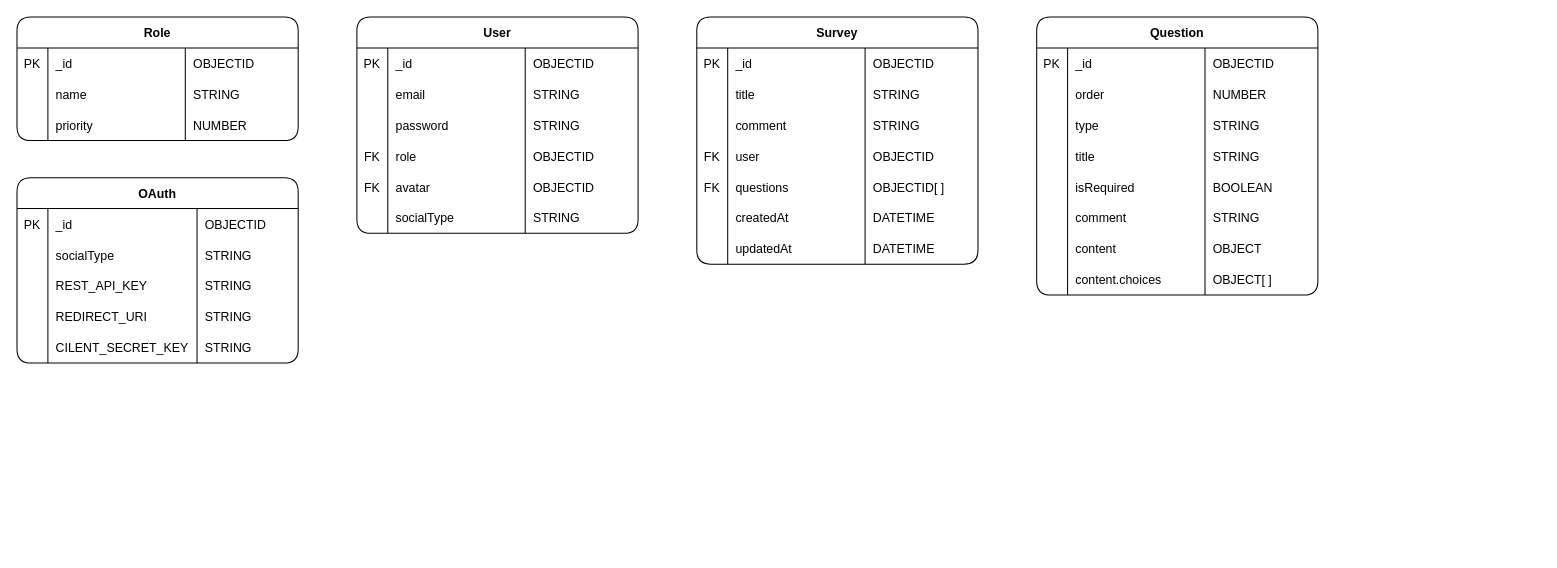
99-Yoon/Simple-Survey-Form keeps this draw.io diagram as docs/ERD.drawio. Above is the earlier version. Source tidied: cells renumbered, new cells numbered last; positions are measured from the earlier drawing's top-left corner, leaving out a move shared by most shapes. Both pictures are drawn from the tidied source at 103%, with x=0, y=0 at pixel (16, 16).
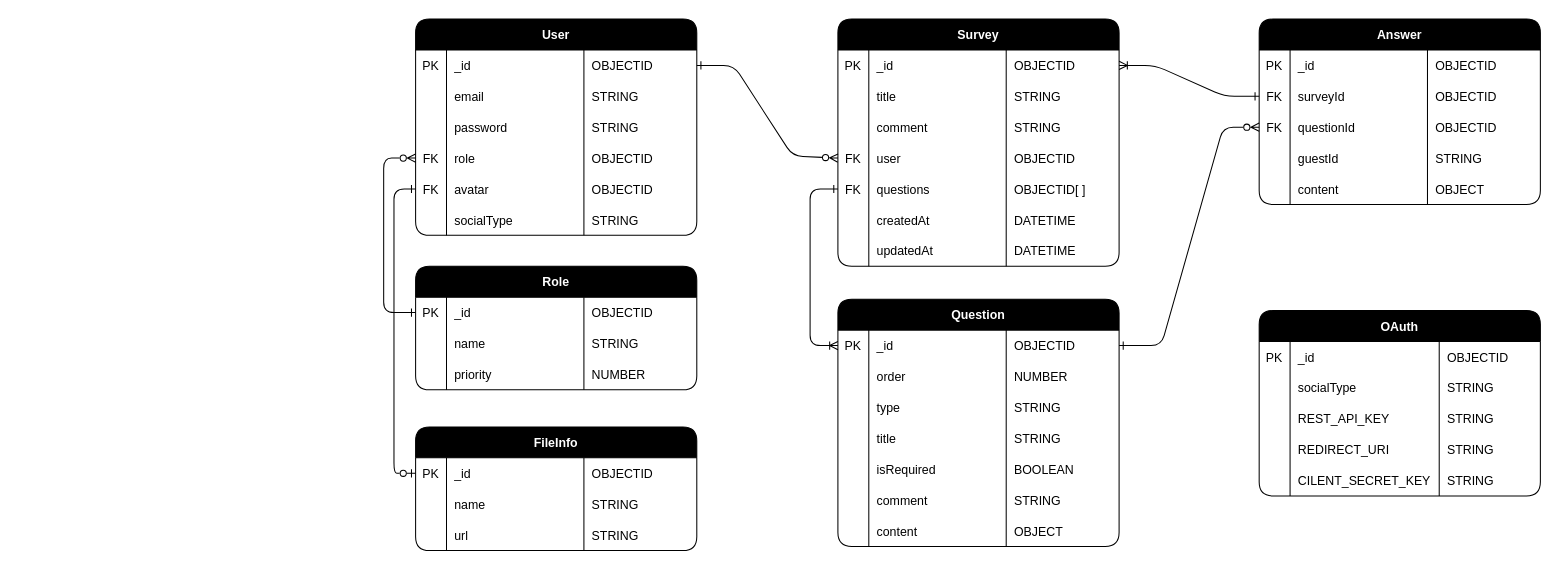
The same diagram, later.

The change refers to these unchanged cells:
```xml
<mxCell id="3" style="shape=tableRow;horizontal=0;startSize=0;swimlaneHead=0;swimlaneBody=0;fillColor=none;points=[[0,0.5],[1,0.5]];portConstraint=eastwest;top=0;left=0;right=0;bottom=0;" parent="2" vertex="1">
  <mxGeometry y="30" width="273" height="30" as="geometry" />
</mxCell>
<mxCell id="16" style="shape=tableRow;horizontal=0;startSize=0;swimlaneHead=0;swimlaneBody=0;fillColor=none;points=[[0,0.5],[1,0.5]];portConstraint=eastwest;top=0;left=0;right=0;bottom=0;" parent="15" vertex="1">
  <mxGeometry y="30" width="273" height="30" as="geometry" />
</mxCell>
<mxCell id="28" style="shape=tableRow;horizontal=0;startSize=0;swimlaneHead=0;swimlaneBody=0;fillColor=none;points=[[0,0.5],[1,0.5]];portConstraint=eastwest;top=0;left=0;right=0;bottom=0;" parent="15" vertex="1">
  <mxGeometry y="120" width="273" height="30" as="geometry" />
</mxCell>
<mxCell id="32" style="shape=tableRow;horizontal=0;startSize=0;swimlaneHead=0;swimlaneBody=0;fillColor=none;points=[[0,0.5],[1,0.5]];portConstraint=eastwest;top=0;left=0;right=0;bottom=0;" parent="15" vertex="1">
  <mxGeometry y="150" width="273" height="30" as="geometry" />
</mxCell>
<mxCell id="41" style="shape=tableRow;horizontal=0;startSize=0;swimlaneHead=0;swimlaneBody=0;fillColor=none;points=[[0,0.5],[1,0.5]];portConstraint=eastwest;top=0;left=0;right=0;bottom=0;" parent="40" vertex="1">
  <mxGeometry y="30" width="273" height="30" as="geometry" />
</mxCell>
<mxCell id="53" style="shape=tableRow;horizontal=0;startSize=0;swimlaneHead=0;swimlaneBody=0;fillColor=none;points=[[0,0.5],[1,0.5]];portConstraint=eastwest;top=0;left=0;right=0;bottom=0;" parent="40" vertex="1">
  <mxGeometry y="120" width="273" height="30" as="geometry" />
</mxCell>
<mxCell id="57" style="shape=tableRow;horizontal=0;startSize=0;swimlaneHead=0;swimlaneBody=0;fillColor=none;points=[[0,0.5],[1,0.5]];portConstraint=eastwest;top=0;left=0;right=0;bottom=0;" parent="40" vertex="1">
  <mxGeometry y="150" width="273" height="30" as="geometry" />
</mxCell>
<mxCell id="70" style="shape=tableRow;horizontal=0;startSize=0;swimlaneHead=0;swimlaneBody=0;fillColor=none;points=[[0,0.5],[1,0.5]];portConstraint=eastwest;top=0;left=0;right=0;bottom=0;" parent="69" vertex="1">
  <mxGeometry y="30" width="273" height="30" as="geometry" />
</mxCell>
```

What changed in the source:
```diff
@@
-    <mxCell id="2" value="Role" style="shape=table;startSize=30;childLayout=tableLayout;rowLines=0;fontStyle=1;align=center;strokeColor=#000000;rounded=1;" parent="1" vertex="1">
-      <mxGeometry width="273" height="120" as="geometry" />
+    <mxCell id="2" value="Role" style="shape=table;startSize=30;childLayout=tableLayout;rowLines=0;fontStyle=1;align=center;strokeColor=#000000;rounded=1;fillColor=#000000;fontColor=#FFFFFF;" parent="1" vertex="1">
+      <mxGeometry x="387" y="242" width="273" height="120" as="geometry" />
     </mxCell>
@@
-    <mxCell id="15" value="User" style="shape=table;startSize=30;childLayout=tableLayout;rowLines=0;fontStyle=1;align=center;strokeColor=#000000;rounded=1;" parent="1" vertex="1">
-      <mxGeometry x="330" width="273" height="210" as="geometry" />
+    <mxCell id="15" value="User" style="shape=table;startSize=30;childLayout=tableLayout;rowLines=0;fontStyle=1;align=center;strokeColor=#000000;rounded=1;fillColor=#000000;fillStyle=auto;labelBackgroundColor=none;fontColor=#FFFFFF;" parent="1" vertex="1">
+      <mxGeometry x="387" y="2" width="273" height="210" as="geometry" />
     </mxCell>
@@
-    <mxCell id="40" value="Survey" style="shape=table;startSize=30;childLayout=tableLayout;rowLines=0;fontStyle=1;align=center;strokeColor=#000000;rounded=1;" parent="1" vertex="1">
-      <mxGeometry x="660" width="273" height="240" as="geometry" />
+    <mxCell id="40" value="Survey" style="shape=table;startSize=30;childLayout=tableLayout;rowLines=0;fontStyle=1;align=center;strokeColor=#000000;rounded=1;fillColor=#000000;fontColor=#FFFFFF;" parent="1" vertex="1">
+      <mxGeometry x="797" y="2" width="273" height="240" as="geometry" />
     </mxCell>
@@
-    <mxCell id="69" value="Question" style="shape=table;startSize=30;childLayout=tableLayout;rowLines=0;fontStyle=1;align=center;strokeColor=#000000;rounded=1;" parent="1" vertex="1">
-      <mxGeometry x="990" width="273" height="270" as="geometry" />
+    <mxCell id="69" value="Question" style="shape=table;startSize=30;childLayout=tableLayout;rowLines=0;fontStyle=1;align=center;strokeColor=#000000;rounded=1;fillColor=#000000;fontColor=#FFFFFF;" parent="1" vertex="1">
+      <mxGeometry x="797" y="274" width="273" height="240" as="geometry" />
     </mxCell>
@@
-    <mxCell id="98" style="shape=tableRow;horizontal=0;startSize=0;swimlaneHead=0;swimlaneBody=0;fillColor=none;top=0;left=0;right=0;bottom=0;" parent="69" vertex="1">
-      <mxGeometry y="240" width="273" height="30" as="geometry" />
-    </mxCell>
-    <mxCell id="99" style="shape=partialRectangle;fillColor=none;top=0;left=0;bottom=0;right=0;overflow=hidden;fontColor=#000000;" parent="98" vertex="1">
-      <mxGeometry width="30" height="30" as="geometry" />
-    </mxCell>
-    <mxCell id="100" value="content.choices" style="shape=partialRectangle;fillColor=none;top=0;left=0;bottom=0;right=0;align=left;spacingLeft=6;overflow=hidden;fontColor=#000000;" parent="98" vertex="1">
-      <mxGeometry x="30" width="133.4" height="30" as="geometry" />
-    </mxCell>
-    <mxCell id="101" value="OBJECT[ ]" style="shape=partialRectangle;fillColor=none;top=0;left=0;bottom=0;right=0;align=left;spacingLeft=6;overflow=hidden;fontColor=#000000;" parent="98" vertex="1">
-      <mxGeometry x="163.4" width="109.6" height="30" as="geometry" />
-    </mxCell>
-    <mxCell id="102" value="OAuth" style="shape=table;startSize=30;childLayout=tableLayout;rowLines=0;fontStyle=1;align=center;strokeColor=#000000;rounded=1;" parent="1" vertex="1">
-      <mxGeometry y="156" width="273" height="180" as="geometry" />
+    <mxCell id="102" value="OAuth" style="shape=table;startSize=30;childLayout=tableLayout;rowLines=0;fontStyle=1;align=center;strokeColor=#000000;rounded=1;fillColor=#000000;fontColor=#FFFFFF;" parent="1" vertex="1">
+      <mxGeometry x="1206" y="285" width="273" height="180" as="geometry" />
     </mxCell>
@@
+    <mxCell id="123" value="Answer" style="shape=table;startSize=30;childLayout=tableLayout;rowLines=0;fontStyle=1;align=center;strokeColor=#000000;rounded=1;fillColor=#000000;fontColor=#FFFFFF;" parent="1" vertex="1">
+      <mxGeometry x="1206" y="2" width="273" height="180" as="geometry" />
+    </mxCell>
+    <mxCell id="124" style="shape=tableRow;horizontal=0;startSize=0;swimlaneHead=0;swimlaneBody=0;fillColor=none;top=0;left=0;right=0;bottom=0;" parent="123" vertex="1">
+      <mxGeometry y="30" width="273" height="30" as="geometry" />
+    </mxCell>
+    <mxCell id="125" value="PK" style="shape=partialRectangle;fillColor=none;top=0;left=0;bottom=0;right=0;overflow=hidden;fontColor=#000000;" parent="124" vertex="1">
+      <mxGeometry width="30" height="30" as="geometry" />
+    </mxCell>
+    <mxCell id="126" value="_id" style="shape=partialRectangle;fillColor=none;top=0;left=0;bottom=0;right=0;align=left;spacingLeft=6;overflow=hidden;fontColor=#000000;" parent="124" vertex="1">
+      <mxGeometry x="30" width="133.4" height="30" as="geometry" />
+    </mxCell>
+    <mxCell id="127" value="OBJECTID" style="shape=partialRectangle;fillColor=none;top=0;left=0;bottom=0;right=0;align=left;spacingLeft=6;overflow=hidden;fontColor=#000000;" parent="124" vertex="1">
+      <mxGeometry x="163.4" width="109.6" height="30" as="geometry" />
+    </mxCell>
+    <mxCell id="128" style="shape=tableRow;horizontal=0;startSize=0;swimlaneHead=0;swimlaneBody=0;fillColor=none;points=[[0,0.5],[1,0.5]];portConstraint=eastwest;top=0;left=0;right=0;bottom=0;" parent="123" vertex="1">
+      <mxGeometry y="60" width="273" height="30" as="geometry" />
+    </mxCell>
+    <mxCell id="129" value="FK" style="shape=partialRectangle;fillColor=none;top=0;left=0;bottom=0;right=0;overflow=hidden;fontColor=#000000;" parent="128" vertex="1">
+      <mxGeometry width="30" height="30" as="geometry" />
+    </mxCell>
+    <mxCell id="130" value="surveyId" style="shape=partialRectangle;fillColor=none;top=0;left=0;bottom=0;right=0;align=left;spacingLeft=6;overflow=hidden;fontColor=#000000;" parent="128" vertex="1">
+      <mxGeometry x="30" width="133.4" height="30" as="geometry" />
+    </mxCell>
+    <mxCell id="131" value="OBJECTID" style="shape=partialRectangle;fillColor=none;top=0;left=0;bottom=0;right=0;align=left;spacingLeft=6;overflow=hidden;fontColor=#000000;" parent="128" vertex="1">
+      <mxGeometry x="163.4" width="109.6" height="30" as="geometry" />
+    </mxCell>
+    <mxCell id="132" style="shape=tableRow;horizontal=0;startSize=0;swimlaneHead=0;swimlaneBody=0;fillColor=none;points=[[0,0.5],[1,0.5]];portConstraint=eastwest;top=0;left=0;right=0;bottom=0;" parent="123" vertex="1">
+      <mxGeometry y="90" width="273" height="30" as="geometry" />
+    </mxCell>
+    <mxCell id="133" value="FK" style="shape=partialRectangle;fillColor=none;top=0;left=0;bottom=0;right=0;overflow=hidden;fontColor=#000000;" parent="132" vertex="1">
+      <mxGeometry width="30" height="30" as="geometry" />
+    </mxCell>
+    <mxCell id="134" value="questionId" style="shape=partialRectangle;fillColor=none;top=0;left=0;bottom=0;right=0;align=left;spacingLeft=6;overflow=hidden;fontColor=#000000;" parent="132" vertex="1">
+      <mxGeometry x="30" width="133.4" height="30" as="geometry" />
+    </mxCell>
+    <mxCell id="135" value="OBJECTID" style="shape=partialRectangle;fillColor=none;top=0;left=0;bottom=0;right=0;align=left;spacingLeft=6;overflow=hidden;fontColor=#000000;" parent="132" vertex="1">
+      <mxGeometry x="163.4" width="109.6" height="30" as="geometry" />
+    </mxCell>
+    <mxCell id="136" style="shape=tableRow;horizontal=0;startSize=0;swimlaneHead=0;swimlaneBody=0;fillColor=none;top=0;left=0;right=0;bottom=0;" parent="123" vertex="1">
+      <mxGeometry y="120" width="273" height="30" as="geometry" />
+    </mxCell>
+    <mxCell id="137" style="shape=partialRectangle;fillColor=none;top=0;left=0;bottom=0;right=0;overflow=hidden;fontColor=#000000;" parent="136" vertex="1">
+      <mxGeometry width="30" height="30" as="geometry" />
+    </mxCell>
+    <mxCell id="138" value="guestId" style="shape=partialRectangle;fillColor=none;top=0;left=0;bottom=0;right=0;align=left;spacingLeft=6;overflow=hidden;fontColor=#000000;" parent="136" vertex="1">
+      <mxGeometry x="30" width="133.4" height="30" as="geometry" />
+    </mxCell>
+    <mxCell id="139" value="STRING" style="shape=partialRectangle;fillColor=none;top=0;left=0;bottom=0;right=0;align=left;spacingLeft=6;overflow=hidden;fontColor=#000000;" parent="136" vertex="1">
+      <mxGeometry x="163.4" width="109.6" height="30" as="geometry" />
+    </mxCell>
+    <mxCell id="140" style="shape=tableRow;horizontal=0;startSize=0;swimlaneHead=0;swimlaneBody=0;fillColor=none;top=0;left=0;right=0;bottom=0;" parent="123" vertex="1">
+      <mxGeometry y="150" width="273" height="30" as="geometry" />
+    </mxCell>
+    <mxCell id="141" style="shape=partialRectangle;fillColor=none;top=0;left=0;bottom=0;right=0;overflow=hidden;fontColor=#000000;" parent="140" vertex="1">
+      <mxGeometry width="30" height="30" as="geometry" />
+    </mxCell>
+    <mxCell id="142" value="content" style="shape=partialRectangle;fillColor=none;top=0;left=0;bottom=0;right=0;align=left;spacingLeft=6;overflow=hidden;fontColor=#000000;" parent="140" vertex="1">
+      <mxGeometry x="30" width="133.4" height="30" as="geometry" />
+    </mxCell>
+    <mxCell id="143" value="OBJECT" style="shape=partialRectangle;fillColor=none;top=0;left=0;bottom=0;right=0;align=left;spacingLeft=6;overflow=hidden;fontColor=#000000;" parent="140" vertex="1">
+      <mxGeometry x="163.4" width="109.6" height="30" as="geometry" />
+    </mxCell>
+    <mxCell id="144" value="FileInfo" style="shape=table;startSize=30;childLayout=tableLayout;rowLines=0;fontStyle=1;align=center;strokeColor=#000000;rounded=1;fillColor=#000000;fontColor=#FFFFFF;" parent="1" vertex="1">
+      <mxGeometry x="387" y="398" width="273" height="120" as="geometry" />
+    </mxCell>
+    <mxCell id="145" style="shape=tableRow;horizontal=0;startSize=0;swimlaneHead=0;swimlaneBody=0;fillColor=none;points=[[0,0.5],[1,0.5]];portConstraint=eastwest;top=0;left=0;right=0;bottom=0;" parent="144" vertex="1">
+      <mxGeometry y="30" width="273" height="30" as="geometry" />
+    </mxCell>
+    <mxCell id="146" value="PK" style="shape=partialRectangle;fillColor=none;top=0;left=0;bottom=0;right=0;overflow=hidden;fontColor=#000000;" parent="145" vertex="1">
+      <mxGeometry width="30" height="30" as="geometry" />
+    </mxCell>
+    <mxCell id="147" value="_id" style="shape=partialRectangle;fillColor=none;top=0;left=0;bottom=0;right=0;align=left;spacingLeft=6;overflow=hidden;fontColor=#000000;" parent="145" vertex="1">
+      <mxGeometry x="30" width="133.4" height="30" as="geometry" />
+    </mxCell>
+    <mxCell id="148" value="OBJECTID" style="shape=partialRectangle;fillColor=none;top=0;left=0;bottom=0;right=0;align=left;spacingLeft=6;overflow=hidden;fontColor=#000000;" parent="145" vertex="1">
+      <mxGeometry x="163.4" width="109.6" height="30" as="geometry" />
+    </mxCell>
+    <mxCell id="149" style="shape=tableRow;horizontal=0;startSize=0;swimlaneHead=0;swimlaneBody=0;fillColor=none;top=0;left=0;right=0;bottom=0;" parent="144" vertex="1">
+      <mxGeometry y="60" width="273" height="30" as="geometry" />
+    </mxCell>
+    <mxCell id="150" style="shape=partialRectangle;fillColor=none;top=0;left=0;bottom=0;right=0;overflow=hidden;fontColor=#000000;" parent="149" vertex="1">
+      <mxGeometry width="30" height="30" as="geometry" />
+    </mxCell>
+    <mxCell id="151" value="name" style="shape=partialRectangle;fillColor=none;top=0;left=0;bottom=0;right=0;align=left;spacingLeft=6;overflow=hidden;fontColor=#000000;" parent="149" vertex="1">
+      <mxGeometry x="30" width="133.4" height="30" as="geometry" />
+    </mxCell>
+    <mxCell id="152" value="STRING " style="shape=partialRectangle;fillColor=none;top=0;left=0;bottom=0;right=0;align=left;spacingLeft=6;overflow=hidden;fontColor=#000000;" parent="149" vertex="1">
+      <mxGeometry x="163.4" width="109.6" height="30" as="geometry" />
+    </mxCell>
+    <mxCell id="153" style="shape=tableRow;horizontal=0;startSize=0;swimlaneHead=0;swimlaneBody=0;fillColor=none;top=0;left=0;right=0;bottom=0;" parent="144" vertex="1">
+      <mxGeometry y="90" width="273" height="30" as="geometry" />
+    </mxCell>
+    <mxCell id="154" style="shape=partialRectangle;fillColor=none;top=0;left=0;bottom=0;right=0;overflow=hidden;fontColor=#000000;" parent="153" vertex="1">
+      <mxGeometry width="30" height="30" as="geometry" />
+    </mxCell>
+    <mxCell id="155" value="url" style="shape=partialRectangle;fillColor=none;top=0;left=0;bottom=0;right=0;align=left;spacingLeft=6;overflow=hidden;fontColor=#000000;" parent="153" vertex="1">
+      <mxGeometry x="30" width="133.4" height="30" as="geometry" />
+    </mxCell>
+    <mxCell id="156" value="STRING" style="shape=partialRectangle;fillColor=none;top=0;left=0;bottom=0;right=0;align=left;spacingLeft=6;overflow=hidden;fontColor=#000000;" parent="153" vertex="1">
+      <mxGeometry x="163.4" width="109.6" height="30" as="geometry" />
+    </mxCell>
+    <mxCell id="157" style="edgeStyle=none;html=1;exitX=1;exitY=0.5;exitDx=0;exitDy=0;entryX=0;entryY=0.5;entryDx=0;entryDy=0;strokeColor=#000000;targetPerimeterSpacing=0;endArrow=ERzeroToMany;endFill=0;startArrow=ERone;startFill=0;" parent="1" edge="1" source="16" target="53">
+      <mxGeometry relative="1" as="geometry">
+        <Array as="points">
+          <mxPoint x="696" y="47" />
+          <mxPoint x="753" y="135" />
+        </Array>
+      </mxGeometry>
+    </mxCell>
+    <mxCell id="158" style="edgeStyle=none;shape=connector;rounded=1;html=1;exitX=0;exitY=0.5;exitDx=0;exitDy=0;entryX=0;entryY=0.5;entryDx=0;entryDy=0;labelBackgroundColor=default;strokeColor=#000000;fontFamily=Helvetica;fontSize=11;fontColor=default;startArrow=ERzeroToMany;startFill=0;endArrow=ERone;endFill=0;targetPerimeterSpacing=0;" parent="1" edge="1" source="28" target="3">
+      <mxGeometry relative="1" as="geometry">
+        <Array as="points">
+          <mxPoint x="356" y="137" />
+          <mxPoint x="356" y="287" />
+        </Array>
+      </mxGeometry>
+    </mxCell>
+    <mxCell id="159" style="edgeStyle=none;shape=connector;rounded=1;html=1;exitX=0;exitY=0.5;exitDx=0;exitDy=0;entryX=0;entryY=0.5;entryDx=0;entryDy=0;labelBackgroundColor=default;strokeColor=#000000;fontFamily=Helvetica;fontSize=11;fontColor=default;startArrow=ERzeroToOne;startFill=0;endArrow=ERone;endFill=0;targetPerimeterSpacing=0;" parent="1" edge="1" source="145" target="32">
+      <mxGeometry relative="1" as="geometry">
+        <Array as="points">
+          <mxPoint x="366" y="443" />
+          <mxPoint x="366" y="167" />
+        </Array>
+      </mxGeometry>
+    </mxCell>
+    <mxCell id="160" style="edgeStyle=none;shape=connector;rounded=1;html=1;exitX=0;exitY=0.5;exitDx=0;exitDy=0;entryX=0;entryY=0.5;entryDx=0;entryDy=0;labelBackgroundColor=default;strokeColor=#000000;fontFamily=Helvetica;fontSize=11;fontColor=default;startArrow=ERone;startFill=0;endArrow=ERoneToMany;endFill=0;targetPerimeterSpacing=0;" parent="1" edge="1" source="57" target="70">
+      <mxGeometry relative="1" as="geometry">
+        <Array as="points">
+          <mxPoint x="770" y="167" />
+          <mxPoint x="770" y="319" />
+        </Array>
+      </mxGeometry>
+    </mxCell>
+    <mxCell id="161" style="edgeStyle=none;shape=connector;rounded=1;html=1;exitX=0;exitY=0.5;exitDx=0;exitDy=0;entryX=1;entryY=0.5;entryDx=0;entryDy=0;labelBackgroundColor=default;strokeColor=#000000;fontFamily=Helvetica;fontSize=11;fontColor=default;startArrow=ERone;startFill=0;endArrow=ERoneToMany;endFill=0;targetPerimeterSpacing=0;" parent="1" edge="1" source="128" target="41">
+      <mxGeometry relative="1" as="geometry">
+        <Array as="points">
+          <mxPoint x="1172" y="77" />
+          <mxPoint x="1105" y="47" />
+        </Array>
+      </mxGeometry>
+    </mxCell>
+    <mxCell id="162" style="edgeStyle=none;shape=connector;rounded=1;html=1;exitX=0;exitY=0.5;exitDx=0;exitDy=0;entryX=1;entryY=0.5;entryDx=0;entryDy=0;labelBackgroundColor=default;strokeColor=#000000;fontFamily=Helvetica;fontSize=11;fontColor=default;startArrow=ERzeroToMany;startFill=0;endArrow=ERone;endFill=0;targetPerimeterSpacing=0;" parent="1" edge="1" source="132" target="70">
+      <mxGeometry relative="1" as="geometry">
+        <Array as="points">
+          <mxPoint x="1171" y="107" />
+          <mxPoint x="1111" y="319" />
+        </Array>
+      </mxGeometry>
+    </mxCell>
```
